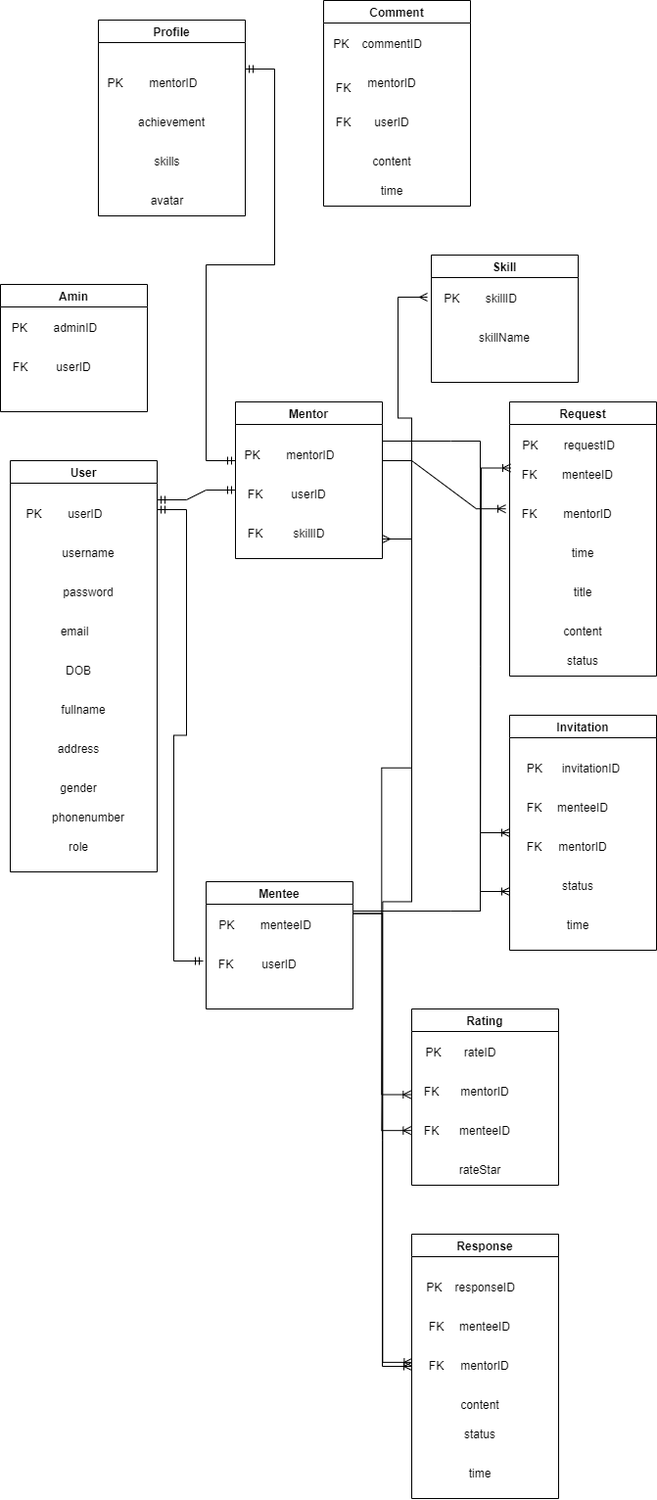
dungdt23/SWP391_Document keeps this draw.io diagram as HappyProgramming_DB.drawio.png. Above is the earlier version. Source tidied: cells renumbered, new cells last; positions are measured from the earlier drawing's top-left corner, leaving out a move shared by most shapes.
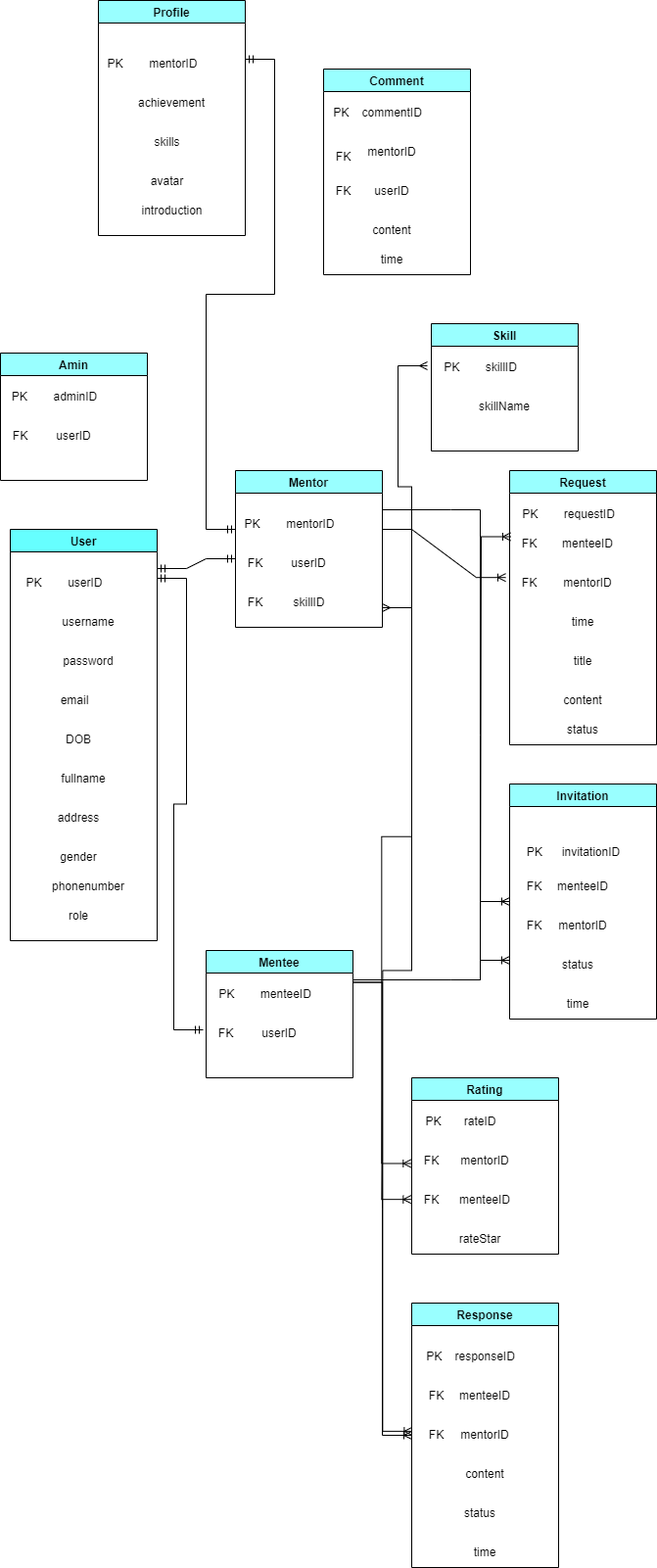
Above is the later version.

The edit, as a diff of the source:
```diff
@@ -2,7 +2,7 @@
   <root>
     <mxCell id="0" />
     <mxCell id="1" parent="0" />
-    <mxCell id="2" value="User" style="swimlane;" parent="1" vertex="1">
+    <mxCell id="2" value="User" style="swimlane;fillColor=#66FFFF;" parent="1" vertex="1">
       <mxGeometry x="10" y="470" width="150" height="420" as="geometry" />
     </mxCell>
     <mxCell id="3" value="PK&amp;nbsp;&amp;nbsp;&amp;nbsp;&amp;nbsp;&amp;nbsp;&amp;nbsp;&amp;nbsp; userID" style="text;html=1;align=center;verticalAlign=middle;strokeColor=none;fillColor=none;" parent="2" vertex="1">
@@ -35,7 +35,7 @@
     <mxCell id="12" value="role" style="text;html=1;strokeColor=none;fillColor=none;align=center;verticalAlign=middle;whiteSpace=wrap;rounded=0;" parent="2" vertex="1">
       <mxGeometry x="40" y="380" width="60" height="30" as="geometry" />
     </mxCell>
-    <mxCell id="13" value="Amin" style="swimlane;" parent="1" vertex="1">
+    <mxCell id="13" value="Amin" style="swimlane;fillColor=#99FFFF;" parent="1" vertex="1">
       <mxGeometry y="290" width="150" height="130" as="geometry" />
     </mxCell>
     <mxCell id="14" value="PK&amp;nbsp;&amp;nbsp;&amp;nbsp;&amp;nbsp;&amp;nbsp;&amp;nbsp;&amp;nbsp; adminID" style="text;html=1;align=center;verticalAlign=middle;strokeColor=none;fillColor=none;" parent="13" vertex="1">
@@ -47,7 +47,7 @@
     <mxCell id="16" value="FK" style="text;html=1;align=center;verticalAlign=middle;strokeColor=none;fillColor=none;" parent="13" vertex="1">
       <mxGeometry y="70" width="40" height="30" as="geometry" />
     </mxCell>
-    <mxCell id="17" value="Mentee" style="swimlane;" parent="1" vertex="1">
+    <mxCell id="17" value="Mentee" style="swimlane;fillColor=#99FFFF;" parent="1" vertex="1">
       <mxGeometry x="210" y="900" width="150" height="130" as="geometry" />
     </mxCell>
     <mxCell id="18" value="PK&amp;nbsp;&amp;nbsp;&amp;nbsp;&amp;nbsp;&amp;nbsp;&amp;nbsp;&amp;nbsp; menteeID" style="text;html=1;align=center;verticalAlign=middle;strokeColor=none;fillColor=none;" parent="17" vertex="1">
@@ -59,7 +59,7 @@
     <mxCell id="20" value="FK" style="text;html=1;align=center;verticalAlign=middle;points=[];strokeColor=none;fillColor=none;" parent="17" vertex="1">
       <mxGeometry y="70" width="40" height="30" as="geometry" />
     </mxCell>
-    <mxCell id="21" value="Mentor" style="swimlane;" parent="1" vertex="1">
+    <mxCell id="21" value="Mentor" style="swimlane;fillColor=#99FFFF;" parent="1" vertex="1">
       <mxGeometry x="240" y="410" width="150" height="160" as="geometry" />
     </mxCell>
     <mxCell id="22" value="PK&amp;nbsp;&amp;nbsp;&amp;nbsp;&amp;nbsp;&amp;nbsp;&amp;nbsp;&amp;nbsp; mentorID" style="text;html=1;align=center;verticalAlign=middle;strokeColor=none;fillColor=none;" parent="21" vertex="1">
@@ -77,7 +77,7 @@
     <mxCell id="26" value="FK" style="text;html=1;align=center;verticalAlign=middle;strokeColor=none;fillColor=none;" parent="21" vertex="1">
       <mxGeometry y="120" width="40" height="30" as="geometry" />
     </mxCell>
-    <mxCell id="27" value="Skill" style="swimlane;startSize=23;" parent="1" vertex="1">
+    <mxCell id="27" value="Skill" style="swimlane;startSize=23;fillColor=#99FFFF;" parent="1" vertex="1">
       <mxGeometry x="440" y="260" width="150" height="130" as="geometry" />
     </mxCell>
     <mxCell id="28" value="PK&amp;nbsp; &amp;nbsp; &amp;nbsp; &amp;nbsp; skillID" style="text;html=1;align=center;verticalAlign=middle;points=[];strokeColor=none;fillColor=none;" parent="27" vertex="1">
@@ -86,7 +86,7 @@
     <mxCell id="29" value="skillName" style="text;html=1;strokeColor=none;fillColor=none;align=center;verticalAlign=middle;whiteSpace=wrap;rounded=0;" parent="27" vertex="1">
       <mxGeometry x="45" y="70" width="60" height="30" as="geometry" />
     </mxCell>
-    <mxCell id="30" value="Request" style="swimlane;" parent="1" vertex="1">
+    <mxCell id="30" value="Request" style="swimlane;fillColor=#99FFFF;" parent="1" vertex="1">
       <mxGeometry x="520" y="410" width="150" height="280" as="geometry" />
     </mxCell>
     <mxCell id="31" value="PK&amp;nbsp;&amp;nbsp;&amp;nbsp;&amp;nbsp;&amp;nbsp;&amp;nbsp;&amp;nbsp; requestID" style="text;html=1;align=center;verticalAlign=middle;strokeColor=none;fillColor=none;" parent="30" vertex="1">
@@ -116,7 +116,7 @@
     <mxCell id="39" value="time" style="text;html=1;strokeColor=none;fillColor=none;align=center;verticalAlign=middle;whiteSpace=wrap;rounded=0;" parent="30" vertex="1">
       <mxGeometry x="45" y="140" width="60" height="30" as="geometry" />
     </mxCell>
-    <mxCell id="40" value="Rating" style="swimlane;" parent="1" vertex="1">
+    <mxCell id="40" value="Rating" style="swimlane;fillColor=#99FFFF;" parent="1" vertex="1">
       <mxGeometry x="420" y="1030" width="150" height="180" as="geometry" />
     </mxCell>
     <mxCell id="41" value="PK&amp;nbsp;&amp;nbsp;&amp;nbsp;&amp;nbsp;&amp;nbsp;&amp;nbsp; rateID" style="text;html=1;align=center;verticalAlign=middle;strokeColor=none;fillColor=none;" parent="40" vertex="1">
@@ -137,31 +137,31 @@
     <mxCell id="46" value="rateStar" style="text;html=1;strokeColor=none;fillColor=none;align=center;verticalAlign=middle;whiteSpace=wrap;rounded=0;" parent="40" vertex="1">
       <mxGeometry x="40" y="150" width="60" height="30" as="geometry" />
     </mxCell>
-    <mxCell id="47" value="Invitation" style="swimlane;" parent="1" vertex="1">
+    <mxCell id="47" value="Invitation" style="swimlane;fillColor=#99FFFF;" parent="1" vertex="1">
       <mxGeometry x="520" y="730" width="150" height="240" as="geometry" />
     </mxCell>
     <mxCell id="48" value="PK&amp;nbsp; &amp;nbsp; &amp;nbsp; invitationID" style="text;html=1;align=center;verticalAlign=middle;strokeColor=none;fillColor=none;" parent="47" vertex="1">
-      <mxGeometry x="5" y="40" width="120" height="30" as="geometry" />
+      <mxGeometry x="5" y="55" width="120" height="30" as="geometry" />
     </mxCell>
     <mxCell id="49" value="menteeID" style="text;html=1;strokeColor=none;fillColor=none;align=center;verticalAlign=middle;whiteSpace=wrap;rounded=0;" parent="47" vertex="1">
-      <mxGeometry x="45" y="80" width="60" height="30" as="geometry" />
+      <mxGeometry x="45" y="90" width="60" height="30" as="geometry" />
     </mxCell>
     <mxCell id="50" value="mentorID" style="text;html=1;strokeColor=none;fillColor=none;align=center;verticalAlign=middle;whiteSpace=wrap;rounded=0;" parent="47" vertex="1">
-      <mxGeometry x="45" y="120" width="60" height="30" as="geometry" />
+      <mxGeometry x="45" y="130" width="60" height="30" as="geometry" />
     </mxCell>
     <mxCell id="51" value="FK" style="text;html=1;align=center;verticalAlign=middle;strokeColor=none;fillColor=none;" parent="47" vertex="1">
-      <mxGeometry x="5" y="80" width="40" height="30" as="geometry" />
+      <mxGeometry x="5" y="90" width="40" height="30" as="geometry" />
     </mxCell>
     <mxCell id="52" value="FK" style="text;html=1;align=center;verticalAlign=middle;strokeColor=none;fillColor=none;" parent="47" vertex="1">
-      <mxGeometry x="5" y="120" width="40" height="30" as="geometry" />
+      <mxGeometry x="5" y="130" width="40" height="30" as="geometry" />
     </mxCell>
     <mxCell id="53" value="status" style="text;html=1;strokeColor=none;fillColor=none;align=center;verticalAlign=middle;whiteSpace=wrap;rounded=0;" parent="47" vertex="1">
-      <mxGeometry x="40" y="160" width="60" height="30" as="geometry" />
+      <mxGeometry x="40" y="170" width="60" height="30" as="geometry" />
     </mxCell>
     <mxCell id="54" value="time" style="text;html=1;strokeColor=none;fillColor=none;align=center;verticalAlign=middle;whiteSpace=wrap;rounded=0;" parent="47" vertex="1">
-      <mxGeometry x="40" y="200" width="60" height="30" as="geometry" />
+      <mxGeometry x="40" y="210" width="60" height="30" as="geometry" />
     </mxCell>
-    <mxCell id="55" value="Response" style="swimlane;" parent="1" vertex="1">
+    <mxCell id="55" value="Response" style="swimlane;fillColor=#99FFFF;" parent="1" vertex="1">
       <mxGeometry x="420" y="1260" width="150" height="270" as="geometry" />
     </mxCell>
     <mxCell id="56" value="PK&amp;nbsp; &amp;nbsp; responseID" style="text;html=1;align=center;verticalAlign=middle;strokeColor=none;fillColor=none;" parent="55" vertex="1">
@@ -180,15 +180,15 @@
       <mxGeometry x="5" y="120" width="40" height="30" as="geometry" />
     </mxCell>
     <mxCell id="61" value="content" style="text;html=1;strokeColor=none;fillColor=none;align=center;verticalAlign=middle;whiteSpace=wrap;rounded=0;" parent="55" vertex="1">
-      <mxGeometry x="40" y="160" width="60" height="30" as="geometry" />
+      <mxGeometry x="45" y="160" width="60" height="30" as="geometry" />
     </mxCell>
     <mxCell id="62" value="status" style="text;html=1;strokeColor=none;fillColor=none;align=center;verticalAlign=middle;whiteSpace=wrap;rounded=0;" parent="55" vertex="1">
-      <mxGeometry x="40" y="190" width="60" height="30" as="geometry" />
+      <mxGeometry x="40" y="200" width="60" height="30" as="geometry" />
     </mxCell>
     <mxCell id="63" value="time" style="text;html=1;strokeColor=none;fillColor=none;align=center;verticalAlign=middle;whiteSpace=wrap;rounded=0;" parent="55" vertex="1">
-      <mxGeometry x="40" y="230" width="60" height="30" as="geometry" />
+      <mxGeometry x="45" y="240" width="60" height="30" as="geometry" />
     </mxCell>
-    <mxCell id="64" value="Comment" style="swimlane;" parent="1" vertex="1">
+    <mxCell id="64" value="Comment" style="swimlane;fillColor=#99FFFF;" parent="1" vertex="1">
       <mxGeometry x="330" width="150" height="210" as="geometry" />
     </mxCell>
     <mxCell id="65" value="PK&amp;nbsp; &amp;nbsp; commentID" style="text;html=1;align=center;verticalAlign=middle;strokeColor=none;fillColor=none;" parent="64" vertex="1">
@@ -212,8 +212,8 @@
     <mxCell id="71" value="time" style="text;html=1;strokeColor=none;fillColor=none;align=center;verticalAlign=middle;whiteSpace=wrap;rounded=0;" parent="64" vertex="1">
       <mxGeometry x="40" y="180" width="60" height="30" as="geometry" />
     </mxCell>
-    <mxCell id="72" value="Profile" style="swimlane;" parent="1" vertex="1">
-      <mxGeometry x="100" y="20" width="150" height="200" as="geometry" />
+    <mxCell id="72" value="Profile" style="swimlane;fillColor=#99FFFF;" parent="1" vertex="1">
+      <mxGeometry x="100" y="-70" width="150" height="240" as="geometry" />
     </mxCell>
     <mxCell id="73" value="PK&amp;nbsp;&amp;nbsp;&amp;nbsp;&amp;nbsp;&amp;nbsp;&amp;nbsp;&amp;nbsp; mentorID" style="text;html=1;align=center;verticalAlign=middle;strokeColor=none;fillColor=none;" parent="72" vertex="1">
       <mxGeometry y="50" width="110" height="30" as="geometry" />
@@ -227,6 +227,9 @@
     <mxCell id="76" value="avatar" style="text;html=1;align=center;verticalAlign=middle;strokeColor=none;fillColor=none;" parent="72" vertex="1">
       <mxGeometry x="40" y="170" width="60" height="30" as="geometry" />
     </mxCell>
+    <mxCell id="91" value="introduction" style="text;html=1;align=center;verticalAlign=middle;strokeColor=none;fillColor=none;" parent="72" vertex="1">
+      <mxGeometry x="30" y="200" width="90" height="30" as="geometry" />
+    </mxCell>
     <mxCell id="77" style="edgeStyle=entityRelationEdgeStyle;fontSize=12;html=1;endArrow=ERmandOne;startArrow=ERmandOne;rounded=0;" parent="1" edge="1">
       <mxGeometry relative="1" as="geometry">
         <mxPoint x="160" y="510" as="sourcePoint" />
```
